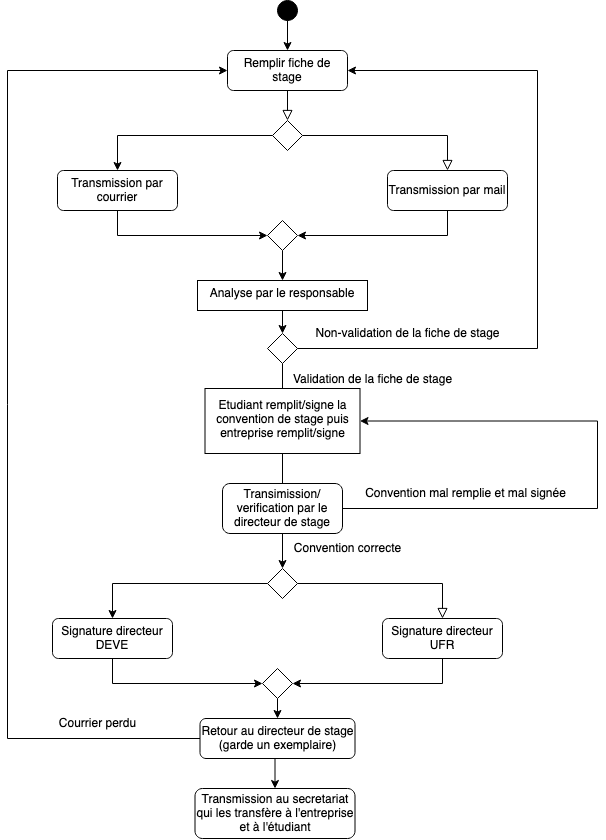
Above: scenario.drawio.png in adamspd/outils-ingenierie (draw.io), before the change. Source tidied: cells renumbered, new cells last; positions are measured from the earlier drawing's top-left corner, leaving out a move shared by most shapes.
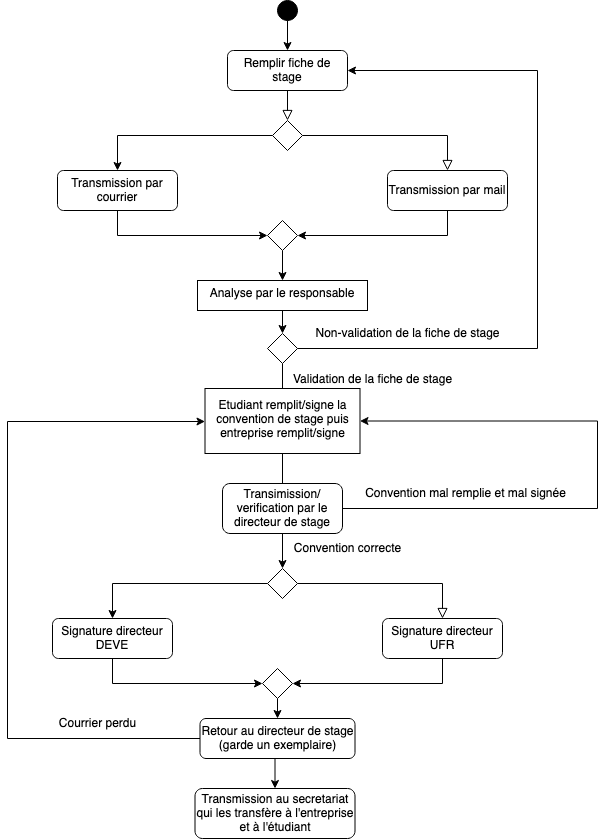
Above is the later version.

The edit, as a diff of the source:
```diff
@@ -137,11 +137,11 @@
     <mxCell id="38" style="edgeStyle=orthogonalEdgeStyle;rounded=0;jettySize=auto;html=1;exitX=0.5;exitY=1;exitDx=0;exitDy=0;entryX=0.5;entryY=0;entryDx=0;entryDy=0;fontSize=12;" parent="1" edge="1" source="40" target="41">
       <mxGeometry relative="1" as="geometry" />
     </mxCell>
-    <mxCell id="39" style="edgeStyle=orthogonalEdgeStyle;rounded=0;jettySize=auto;html=1;exitX=0;exitY=0.5;exitDx=0;exitDy=0;entryX=0;entryY=0.5;entryDx=0;entryDy=0;fontSize=12;" parent="1" edge="1" source="40" target="3">
+    <mxCell id="39" style="edgeStyle=orthogonalEdgeStyle;rounded=0;jettySize=auto;html=1;exitX=0;exitY=0.5;exitDx=0;exitDy=0;fontSize=12;" parent="1" edge="1" source="40" target="19">
       <mxGeometry relative="1" as="geometry">
         <Array as="points">
           <mxPoint y="738" />
-          <mxPoint y="70" />
+          <mxPoint y="421" />
         </Array>
       </mxGeometry>
     </mxCell>
```
